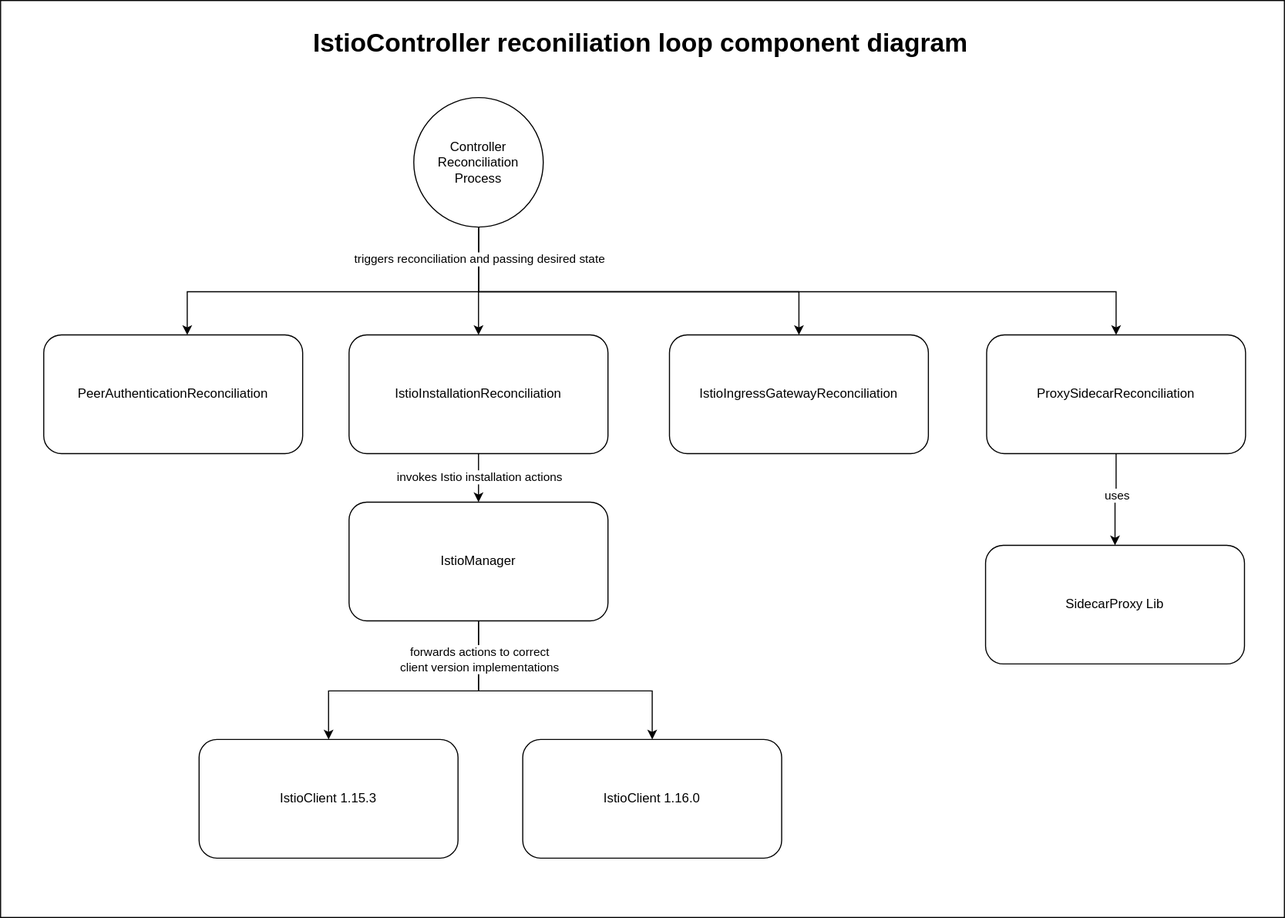
This is docs/controller-component-diagram.svg from kyma-project/istio, a draw.io export, as it was before one commit. Source tidied: cells renumbered, new cells last; positions are measured from the earlier drawing's top-left corner, leaving out a move shared by most shapes.
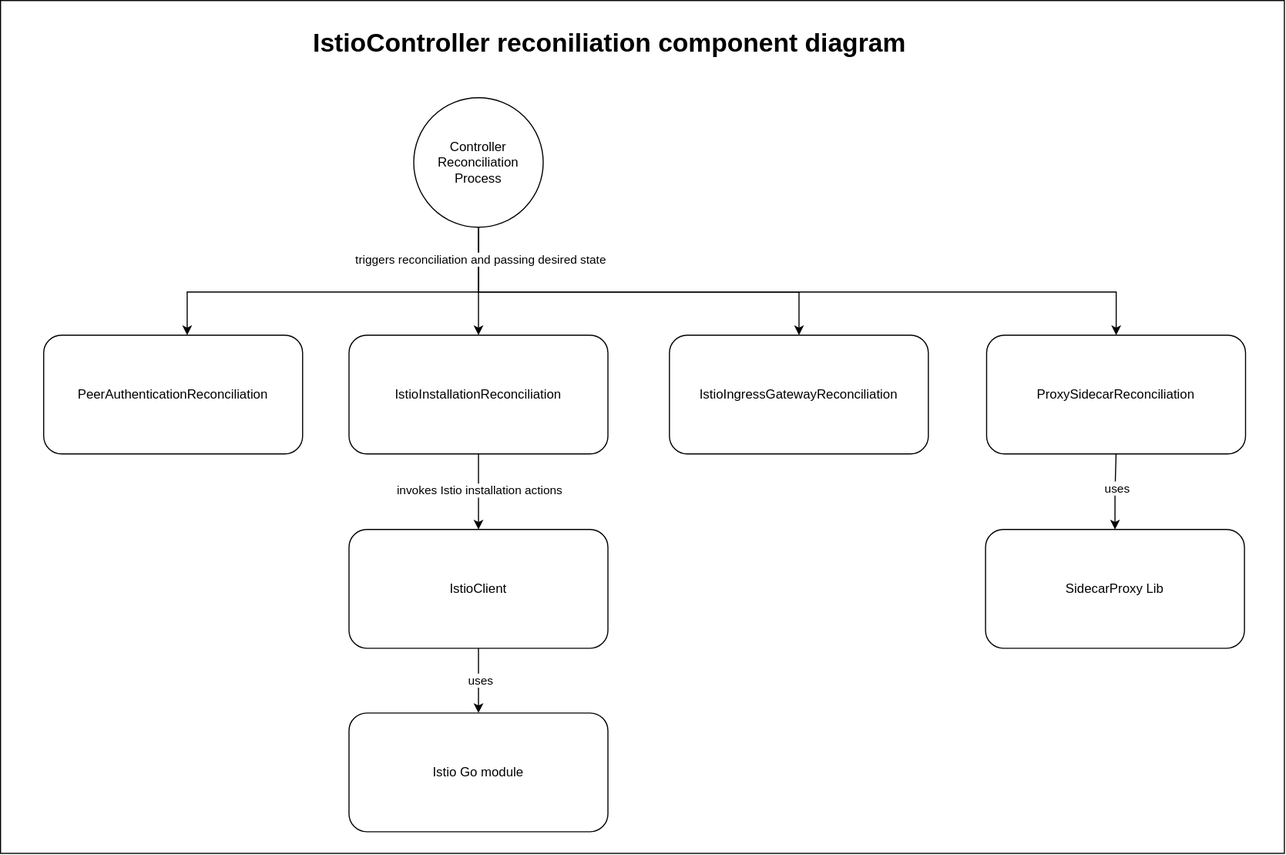
Above is the later version.

Commit message:
Add details about Istio isntallation using Go module and clarify responsibilities of IstioClient and IstioVersionManager

Change to the diagram source:
```diff
@@ -3,9 +3,9 @@
     <mxCell id="0" />
     <mxCell id="1" parent="0" />
     <mxCell id="2" style="rounded=0;whiteSpace=wrap;html=1;fillColor=none;" parent="1" vertex="1">
-      <mxGeometry width="1190" height="850" as="geometry" />
+      <mxGeometry width="1190" height="790" as="geometry" />
     </mxCell>
-    <mxCell id="3" style="edgeStyle=orthogonalEdgeStyle;rounded=0;jettySize=auto;html=1;" parent="1" edge="1" source="5" target="19">
+    <mxCell id="3" style="edgeStyle=orthogonalEdgeStyle;rounded=0;jettySize=auto;html=1;entryX=0.5;entryY=0;entryDx=0;entryDy=0;" parent="1" edge="1" source="5" target="21">
       <mxGeometry relative="1" as="geometry" />
     </mxCell>
     <mxCell id="4" value="invokes Istio installation actions" style="edgeLabel;html=1;align=center;verticalAlign=middle;" parent="3" vertex="1">
@@ -35,7 +35,7 @@
       <mxGeometry x="0.12" relative="1" as="geometry" />
     </mxCell>
     <mxCell id="10" value="SidecarProxy Lib" style="rounded=1;whiteSpace=wrap;html=1;" parent="1" vertex="1">
-      <mxGeometry x="913" y="505" width="240" height="110" as="geometry" />
+      <mxGeometry x="913" y="490" width="240" height="110" as="geometry" />
     </mxCell>
     <mxCell id="11" style="edgeStyle=orthogonalEdgeStyle;rounded=0;jettySize=auto;html=1;entryX=0.5;entryY=1;entryDx=0;entryDy=0;startArrow=classic;startFill=1;endArrow=none;endFill=0;" parent="1" edge="1" source="12">
       <mxGeometry relative="1" as="geometry">
@@ -66,44 +66,26 @@
     <mxCell id="15" value="IstioIngressGatewayReconciliation" style="rounded=1;whiteSpace=wrap;html=1;" parent="1" vertex="1">
       <mxGeometry x="620" y="310" width="240" height="110" as="geometry" />
     </mxCell>
-    <mxCell id="16" style="edgeStyle=orthogonalEdgeStyle;rounded=0;jettySize=auto;html=1;entryX=0.5;entryY=0;entryDx=0;entryDy=0;" parent="1" edge="1" source="19" target="20">
-      <mxGeometry relative="1" as="geometry">
-        <Array as="points">
-          <mxPoint x="443" y="640" />
-          <mxPoint x="604" y="640" />
-        </Array>
-      </mxGeometry>
-    </mxCell>
-    <mxCell id="17" style="edgeStyle=orthogonalEdgeStyle;rounded=0;jettySize=auto;html=1;entryX=0.5;entryY=0;entryDx=0;entryDy=0;" parent="1" edge="1" source="19" target="21">
-      <mxGeometry relative="1" as="geometry">
-        <Array as="points">
-          <mxPoint x="443" y="640" />
-          <mxPoint x="304" y="640" />
-        </Array>
-      </mxGeometry>
-    </mxCell>
-    <mxCell id="18" value="forwards actions to correct&lt;br&gt;client version implementations" style="edgeLabel;html=1;align=center;verticalAlign=middle;" parent="17" vertex="1">
-      <mxGeometry x="-0.85" y="2" relative="1" as="geometry">
-        <mxPoint x="-2" y="16" as="offset" />
-      </mxGeometry>
-    </mxCell>
-    <mxCell id="19" value="IstioManager" style="rounded=1;whiteSpace=wrap;html=1;" parent="1" vertex="1">
-      <mxGeometry x="323" y="465" width="240" height="110" as="geometry" />
-    </mxCell>
-    <mxCell id="20" value="IstioClient 1.16.0" style="rounded=1;whiteSpace=wrap;html=1;" parent="1" vertex="1">
-      <mxGeometry x="484" y="685" width="240" height="110" as="geometry" />
-    </mxCell>
+    <mxCell id="25" style="edgeStyle=orthogonalEdgeStyle;rounded=0;jettySize=auto;html=1;entryX=0.5;entryY=0;entryDx=0;entryDy=0;" parent="1" edge="1" source="21" target="27">
+      <mxGeometry relative="1" as="geometry" />
+    </mxCell>
+    <mxCell id="26" value="uses" style="edgeLabel;html=1;align=center;verticalAlign=middle;" parent="25" vertex="1">
+      <mxGeometry x="-0.07" y="1" relative="1" as="geometry" />
+    </mxCell>
-    <mxCell id="21" value="IstioClient 1.15.3" style="rounded=1;whiteSpace=wrap;html=1;" parent="1" vertex="1">
-      <mxGeometry x="184" y="685" width="240" height="110" as="geometry" />
+    <mxCell id="21" value="IstioClient" style="rounded=1;whiteSpace=wrap;html=1;" parent="1" vertex="1">
+      <mxGeometry x="323" y="490" width="240" height="110" as="geometry" />
     </mxCell>
     <mxCell id="22" value="PeerAuthenticationReconciliation" style="rounded=1;whiteSpace=wrap;html=1;" parent="1" vertex="1">
       <mxGeometry x="40" y="310" width="240" height="110" as="geometry" />
     </mxCell>
-    <mxCell id="23" value="&lt;h1&gt;IstioController reconiliation loop component diagram&lt;/h1&gt;" style="text;html=1;strokeColor=none;fillColor=none;spacing=5;spacingTop=-20;whiteSpace=wrap;overflow=hidden;rounded=0;" parent="1" vertex="1">
+    <mxCell id="23" value="&lt;h1&gt;IstioController reconiliation component diagram&lt;/h1&gt;" style="text;html=1;strokeColor=none;fillColor=none;spacing=5;spacingTop=-20;whiteSpace=wrap;overflow=hidden;rounded=0;" parent="1" vertex="1">
       <mxGeometry x="285" y="20" width="620" height="50" as="geometry" />
     </mxCell>
     <mxCell id="24" value="Controller Reconciliation Process" style="ellipse;whiteSpace=wrap;html=1;" parent="1" vertex="1">
       <mxGeometry x="383" y="90" width="120" height="120" as="geometry" />
     </mxCell>
+    <mxCell id="27" value="Istio Go module" style="rounded=1;whiteSpace=wrap;html=1;" parent="1" vertex="1">
+      <mxGeometry x="323" y="660" width="240" height="110" as="geometry" />
+    </mxCell>
   </root>
 </mxGraphModel>
```
